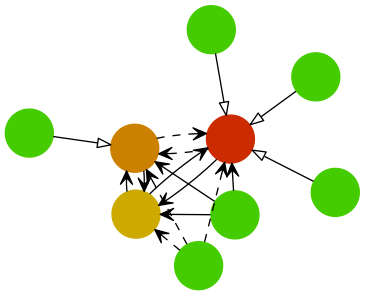
Earlier version of the Graphviz export output/UML-eLib.neato.png (Zilarion/2IMP25-Architectural-Reconstruction). Its source is kept beside it as output/UML-eLib.dot.
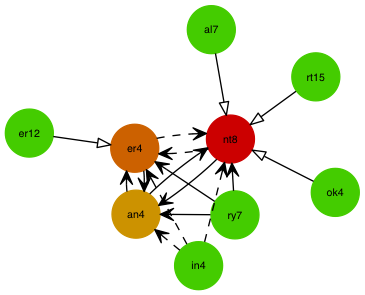
Later version of the same file.

The edit, as a diff of the source:
```diff
@@ -3,491 +3,87 @@
  fontsize = 8
  node [ fontname = "Bitstream Vera Sans" fontsize = 8 shape = "record" ]
  edge [ fontname = "Bitstream Vera Sans" fontsize = 8 ]
-"DOMFragmentParserTest" [
+"InternalUser" [
 	label="{
- 		org/cyberneko/html/DOMFragmentParserTest|
+ 		InternalUser|
  		|
 
 	}"
  ]
-"HTMLEntities" [
+"Book" [
 	label="{
- 		org/cyberneko/html/HTMLEntities|
+ 		Book|
  		|
 
 	}"
  ]
-"Entry" [
+"User" [
 	label="{
- 		org/cyberneko/html/LostText/Entry|
+ 		User|
  		|
 
 	}"
  ]
-"XercesBridge_2_2" [
+"Loan" [
 	label="{
- 		org/cyberneko/html/xercesbridge/XercesBridge_2_2|
+ 		Loan|
  		|
 
 	}"
  ]
-"FragmentContextStackTest" [
+"TechnicalReport" [
 	label="{
- 		org/cyberneko/html/FragmentContextStackTest|
+ 		TechnicalReport|
  		|
 
 	}"
  ]
-"InfiniteLoopScanner" [
+"Document" [
 	label="{
- 		org/cyberneko/html/HTMLScannerTest/InfiniteLoopScanner|
+ 		Document|
  		|
 
 	}"
  ]
-"IntProperties" [
+"Library" [
 	label="{
- 		org/cyberneko/html/HTMLEntities/IntProperties|
+ 		Library|
  		|
 
 	}"
  ]
-"CurrentEntity" [
+"Journal" [
 	label="{
- 		org/cyberneko/html/HTMLScanner/CurrentEntity|
+ 		Journal|
  		|
 
 	}"
  ]
-"HTMLElements" [
+"Main" [
 	label="{
- 		org/cyberneko/html/HTMLElements|
- 		|
-
-	}"
- ]
-"Entry" [
-	label="{
- 		org/cyberneko/html/HTMLEntities/IntProperties/Entry|
- 		|
-
-	}"
- ]
-"RemoveElements" [
-	label="{
- 		sample/RemoveElements|
- 		|
-
-	}"
- ]
-"LocationItem" [
-	label="{
- 		org/cyberneko/html/HTMLScanner/LocationItem|
- 		|
-
-	}"
- ]
-"MyContentScanner" [
-	label="{
- 		org/cyberneko/html/HTMLScannerTest/InfiniteLoopScanner/MyContentScanner|
- 		|
-
-	}"
- ]
-"HTMLAugmentations" [
-	label="{
- 		org/cyberneko/html/HTMLAugmentations|
- 		|
-
-	}"
- ]
-"ElementRemover" [
-	label="{
- 		org/cyberneko/html/filters/ElementRemover|
- 		|
-
-	}"
- ]
-"HTMLScannerTest" [
-	label="{
- 		org/cyberneko/html/HTMLScannerTest|
- 		|
-
-	}"
- ]
-"ErrorReporter" [
-	label="{
- 		org/cyberneko/html/HTMLConfiguration/ErrorReporter|
- 		|
-
-	}"
- ]
-"DefaultFilter" [
-	label="{
- 		org/cyberneko/html/filters/DefaultFilter|
- 		|
-
-	}"
- ]
-"Writer" [
-	label="{
- 		org/cyberneko/html/filters/Writer|
- 		|
-
-	}"
- ]
-"HTMLTagBalancer" [
-	label="{
- 		org/cyberneko/html/HTMLTagBalancer|
- 		|
-
-	}"
- ]
-"DOMParser" [
-	label="{
- 		org/cyberneko/html/parsers/DOMParser|
- 		|
-
-	}"
- ]
-"CanonicalTest" [
-	label="{
- 		org/cyberneko/html/CanonicalTest|
- 		|
-
-	}"
- ]
-"HTMLErrorHandler" [
-	label="{
- 		org/cyberneko/html/HTMLErrorHandler|
- 		|
-
-	}"
- ]
-"ObjectFactory" [
-	label="{
- 		org/cyberneko/html/ObjectFactory|
- 		|
-
-	}"
- ]
-"HTMLConfiguration" [
-	label="{
- 		org/cyberneko/html/HTMLConfiguration|
- 		|
-
-	}"
- ]
-"ElementList" [
-	label="{
- 		org/cyberneko/html/HTMLElements/ElementList|
- 		|
-
-	}"
- ]
-"UTF8BOMSkipper" [
-	label="{
- 		org/cyberneko/html/UTF8BOMSkipper|
- 		|
-
-	}"
- ]
-"Element" [
-	label="{
- 		org/cyberneko/html/HTMLElements/Element|
- 		|
-
-	}"
- ]
-"SAXParser" [
-	label="{
- 		org/cyberneko/html/parsers/SAXParser|
- 		|
-
-	}"
- ]
-"HTMLTagBalancingListenerTest" [
-	label="{
- 		org/cyberneko/html/HTMLTagBalancingListenerTest|
- 		|
-
-	}"
- ]
-"TestHTMLDOMFragment" [
-	label="{
- 		sample/TestHTMLDOMFragment|
- 		|
-
-	}"
- ]
-"XercesBridge" [
-	label="{
- 		org/cyberneko/html/xercesbridge/XercesBridge|
- 		|
-
-	}"
- ]
-"TestParser" [
-	label="{
- 		org/cyberneko/html/TestParser|
- 		|
-
-	}"
- ]
-"SecuritySupport" [
-	label="{
- 		org/cyberneko/html/SecuritySupport|
- 		|
-
-	}"
- ]
-"LostText" [
-	label="{
- 		org/cyberneko/html/LostText|
- 		|
-
-	}"
- ]
-"NamespaceSupport" [
-	label="{
- 		org/cyberneko/html/filters/NamespaceBinder/NamespaceSupport|
- 		|
-
-	}"
- ]
-"Script" [
-	label="{
- 		sample/Script|
- 		|
-
-	}"
- ]
-"Identity" [
-	label="{
- 		org/cyberneko/html/filters/Identity|
- 		|
-
-	}"
- ]
-"InfoStack" [
-	label="{
- 		org/cyberneko/html/HTMLTagBalancer/InfoStack|
- 		|
-
-	}"
- ]
-"SecuritySupport12" [
-	label="{
- 		org/cyberneko/html/SecuritySupport12|
- 		|
-
-	}"
- ]
-"NamespaceBinder" [
-	label="{
- 		org/cyberneko/html/filters/NamespaceBinder|
- 		|
-
-	}"
- ]
-"Writer" [
-	label="{
- 		org/cyberneko/html/Writer|
- 		|
-
-	}"
- ]
-"HTMLScanner" [
-	label="{
- 		org/cyberneko/html/HTMLScanner|
- 		|
-
-	}"
- ]
-"XercesBridge_2_0" [
-	label="{
- 		org/cyberneko/html/xercesbridge/XercesBridge_2_0|
- 		|
-
-	}"
- ]
-"Entry" [
-	label="{
- 		org/cyberneko/html/filters/NamespaceBinder/NamespaceSupport/Entry|
- 		|
-
-	}"
- ]
-"PlaybackInputStream" [
-	label="{
- 		org/cyberneko/html/HTMLScanner/PlaybackInputStream|
- 		|
-
-	}"
- ]
-"XercesBridge_2_1" [
-	label="{
- 		org/cyberneko/html/xercesbridge/XercesBridge_2_1|
- 		|
-
-	}"
- ]
-"ConfigurationError" [
-	label="{
- 		org/cyberneko/html/ObjectFactory/ConfigurationError|
- 		|
-
-	}"
- ]
-"Info" [
-	label="{
- 		org/cyberneko/html/HTMLTagBalancer/Info|
- 		|
-
-	}"
- ]
-"XercesBridge_2_3" [
-	label="{
- 		org/cyberneko/html/xercesbridge/XercesBridge_2_3|
- 		|
-
-	}"
- ]
-"DOMFragmentParser" [
-	label="{
- 		org/cyberneko/html/parsers/DOMFragmentParser|
- 		|
-
-	}"
- ]
-"WriterTest" [
-	label="{
- 		org/cyberneko/html/filters/WriterTest|
- 		|
-
-	}"
- ]
-"HTMLSAXParser" [
-	label="{
- 		sample/HTMLSAXParser|
- 		|
-
-	}"
- ]
-"HeadNamespaceBug" [
-	label="{
- 		org/cyberneko/html/HeadNamespaceBug|
- 		|
-
-	}"
- ]
-"EvaluateInputSourceFilter" [
-	label="{
- 		org/cyberneko/html/HTMLScannerTest/EvaluateInputSourceFilter|
- 		|
-
-	}"
- ]
-"Minimal" [
-	label="{
- 		sample/Minimal|
- 		|
-
-	}"
- ]
-"SynthesizedItem" [
-	label="{
- 		org/cyberneko/html/HTMLEventInfo/SynthesizedItem|
- 		|
-
-	}"
- ]
-"LocatorEncodingTest" [
-	label="{
- 		org/cyberneko/html/LocatorEncodingTest|
- 		|
-
-	}"
- ]
-"ElementEntry" [
-	label="{
- 		org/cyberneko/html/HTMLTagBalancer/ElementEntry|
- 		|
-
-	}"
- ]
-"TestHTMLDOM" [
-	label="{
- 		sample/TestHTMLDOM|
- 		|
-
-	}"
- ]
-"Purifier" [
-	label="{
- 		org/cyberneko/html/filters/Purifier|
- 		|
-
-	}"
- ]
-"SpecialScanner" [
-	label="{
- 		org/cyberneko/html/HTMLScanner/SpecialScanner|
- 		|
-
-	}"
- ]
-"ContentScanner" [
-	label="{
- 		org/cyberneko/html/HTMLScanner/ContentScanner|
+ 		Main|
  		|
 
 	}"
  ]
 edge[arrowhead = "empty"; style= "solid"]
-ElementRemover -> DefaultFilter
-XercesBridge_2_1 -> XercesBridge
-XercesBridge_2_2 -> XercesBridge
-XercesBridge_2_3 -> XercesBridge_2_2
-Purifier -> DefaultFilter
-Writer -> DefaultFilter
-MyContentScanner -> ContentScanner
-XercesBridge_2_0 -> XercesBridge
-Script -> DefaultFilter
-Identity -> DefaultFilter
-NamespaceBinder -> DefaultFilter
-Writer -> DefaultFilter
-EvaluateInputSourceFilter -> DefaultFilter
-Minimal -> DefaultFilter
-SecuritySupport12 -> SecuritySupport
-InfiniteLoopScanner -> HTMLScanner
+InternalUser -> User
+Book -> Document
+TechnicalReport -> Document
+Journal -> Document
 edge[arrowhead = "empty"; style = "dashed"]
 edge[arrowhead = "open"; style = "solid"]
-HTMLScanner -> CurrentEntity
-Info -> Element
-LostText -> Entry
-HTMLTagBalancer -> ElementEntry
-InfoStack -> Info
-HTMLScanner -> PlaybackInputStream
-HTMLScanner -> ContentScanner
-NamespaceSupport -> Entry
-IntProperties -> Entry
+Loan -> Document
+Loan -> User
+User -> Loan
+Library -> Document
+Library -> Loan
+Document -> Loan
+Library -> User
 edge[arrowhead = "open"; style = "dashed"]
-HTMLTagBalancer -> Info
-ObjectFactory -> SecuritySupport
-RemoveElements -> ElementRemover
-HTMLElements -> Element
-RemoveElements -> Writer
-HTMLScannerTest -> EvaluateInputSourceFilter
-TestHTMLDOMFragment -> DOMFragmentParser
-LocatorEncodingTest -> SAXParser
-ContentScanner -> LocationItem
-HTMLScannerTest -> HTMLScanner
-ContentScanner -> Element
-HTMLTagBalancingListenerTest -> TestParser
-HTMLConfiguration -> XercesBridge
-ObjectFactory -> XercesBridge
-HTMLTagBalancer -> Element
-DOMFragmentParserTest -> DOMFragmentParser
-HTMLAugmentations -> LocationItem
+User -> Document
+Main -> Loan
+Main -> User
+Main -> Document
+Document -> User
 }
```
